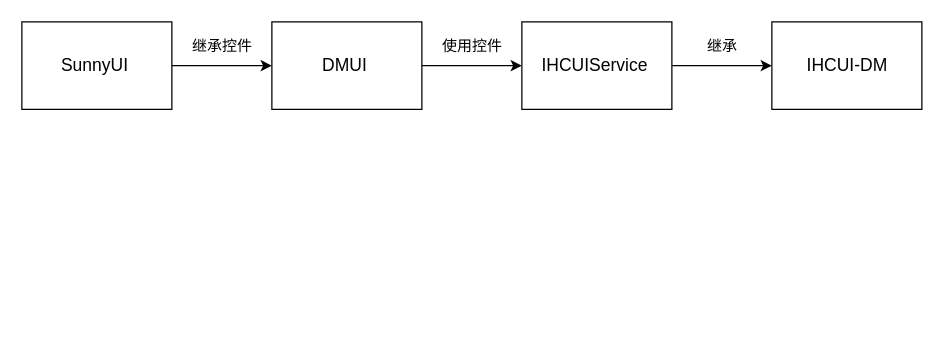
Above: 组化软件新UI架构图.drawio in GreAmbWang/draw.io (draw.io), before the change. Source tidied: cells renumbered, new cells numbered last; positions are measured from the earlier drawing's top-left corner, leaving out a move shared by most shapes. Both pictures are drawn from the tidied source at 125%, with x=0, y=0 at pixel (21, 21).
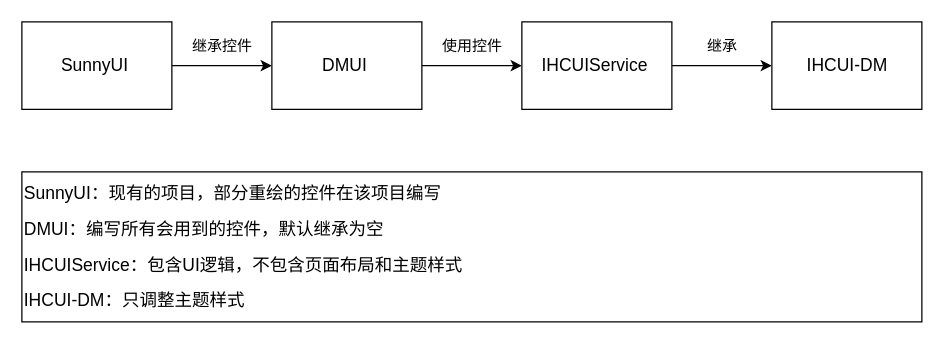
After the change.

Commit message:
Added 组化软件新UI架构图.drawio

What changed in the source:
```diff
@@
 <mxGraphModel>
   <root>
     <mxCell id="0" />
     <mxCell id="1" parent="0" />
     <mxCell id="2" style="edgeStyle=orthogonalEdgeStyle;rounded=0;jettySize=auto;html=1;entryX=0;entryY=0.5;entryDx=0;entryDy=0;" parent="1" edge="1" source="3" target="5">
       <mxGeometry relative="1" as="geometry" />
     </mxCell>
     <mxCell id="3" value="&lt;p class=&quot;MsoNormal&quot;&gt;&lt;span style=&quot;font-family: &amp;#34;calibri&amp;#34; ; font-size: 10.5000pt&quot;&gt;SunnyUI&amp;nbsp;&lt;/span&gt;&lt;/p&gt;" style="html=1;" parent="1" vertex="1">
       <mxGeometry width="120" height="70" as="geometry" />
     </mxCell>
     <mxCell id="4" style="edgeStyle=orthogonalEdgeStyle;rounded=0;jettySize=auto;html=1;exitX=1;exitY=0.5;exitDx=0;exitDy=0;entryX=0;entryY=0.5;entryDx=0;entryDy=0;" parent="1" edge="1" source="5" target="7">
       <mxGeometry relative="1" as="geometry" />
     </mxCell>
     <mxCell id="5" value="&lt;p class=&quot;MsoNormal&quot;&gt;&lt;span style=&quot;font-family: &amp;#34;calibri&amp;#34; ; font-size: 10.5000pt&quot;&gt;DMUI&amp;nbsp;&lt;/span&gt;&lt;/p&gt;" style="html=1;" parent="1" vertex="1">
       <mxGeometry x="200" width="120" height="70" as="geometry" />
     </mxCell>
     <mxCell id="6" style="edgeStyle=orthogonalEdgeStyle;rounded=0;jettySize=auto;html=1;entryX=0;entryY=0.5;entryDx=0;entryDy=0;" parent="1" edge="1" source="7" target="8">
       <mxGeometry relative="1" as="geometry" />
     </mxCell>
     <mxCell id="7" value="&lt;p class=&quot;MsoNormal&quot;&gt;&lt;span style=&quot;font-size: 10.5000pt&quot;&gt;IHCUIService&lt;/span&gt;&lt;span style=&quot;font-family: &amp;#34;calibri&amp;#34; ; font-size: 10.5000pt&quot;&gt;&amp;nbsp;&lt;/span&gt;&lt;/p&gt;" style="html=1;" parent="1" vertex="1">
       <mxGeometry x="400" width="120" height="70" as="geometry" />
     </mxCell>
     <mxCell id="8" value="&lt;p class=&quot;MsoNormal&quot;&gt;&lt;span style=&quot;font-family: &amp;#34;calibri&amp;#34; ; font-size: 10.5000pt&quot;&gt;IHCUI-DM&lt;/span&gt;&lt;/p&gt;" style="html=1;" parent="1" vertex="1">
       <mxGeometry x="600" width="120" height="70" as="geometry" />
     </mxCell>
     <mxCell id="9" value="继承控件" style="text;html=1;align=center;verticalAlign=middle;" parent="1" vertex="1">
       <mxGeometry x="130" y="10" width="60" height="20" as="geometry" />
     </mxCell>
     <mxCell id="10" value="使用控件" style="text;html=1;align=center;verticalAlign=middle;" parent="1" vertex="1">
       <mxGeometry x="330" y="10" width="60" height="20" as="geometry" />
     </mxCell>
     <mxCell id="11" value="继承" style="text;html=1;align=center;verticalAlign=middle;" parent="1" vertex="1">
       <mxGeometry x="540" y="10" width="40" height="20" as="geometry" />
     </mxCell>
+    <mxCell id="12" value="&lt;p class=&quot;MsoNormal&quot; align=&quot;justify&quot; style=&quot;text-align: justify&quot;&gt;&lt;span style=&quot;font-family: &amp;#34;calibri&amp;#34; ; font-size: 10.5000pt&quot;&gt;SunnyUI&lt;/span&gt;&lt;span style=&quot;font-size: 10.5000pt&quot;&gt;&lt;font face=&quot;宋体&quot;&gt;：现有的项目，部分重绘的控件在该项目编写&lt;/font&gt;&lt;/span&gt;&lt;span style=&quot;font-size: 10.5000pt&quot;&gt;&lt;/span&gt;&lt;/p&gt;&lt;p class=&quot;MsoNormal&quot; align=&quot;justify&quot; style=&quot;text-align: justify&quot;&gt;&lt;span style=&quot;font-size: 10.5000pt&quot;&gt;DMUI&lt;font face=&quot;宋体&quot;&gt;：编写所有会用到的控件，默认继承为空&lt;/font&gt;&lt;/span&gt;&lt;span style=&quot;font-size: 10.5000pt&quot;&gt;&lt;/span&gt;&lt;/p&gt;&lt;p class=&quot;MsoNormal&quot; align=&quot;justify&quot; style=&quot;text-align: justify&quot;&gt;&lt;span style=&quot;font-size: 10.5000pt&quot;&gt;IHCUIService&lt;font face=&quot;宋体&quot;&gt;：包含&lt;/font&gt;&lt;font face=&quot;Calibri&quot;&gt;UI&lt;/font&gt;&lt;font face=&quot;宋体&quot;&gt;逻辑，不包含页面布局和主题样式&lt;/font&gt;&lt;/span&gt;&lt;span style=&quot;font-size: 10.5000pt&quot;&gt;&lt;/span&gt;&lt;/p&gt;&lt;p class=&quot;MsoNormal&quot; align=&quot;justify&quot; style=&quot;text-align: justify&quot;&gt;&lt;span style=&quot;font-size: 10.5000pt&quot;&gt;IHCUI-DM&lt;font face=&quot;宋体&quot;&gt;：只调整主题样式&lt;/font&gt;&lt;/span&gt;&lt;span style=&quot;font-family: &amp;#34;calibri&amp;#34; ; font-size: 10.5000pt&quot;&gt;&lt;/span&gt;&lt;/p&gt;" style="rounded=0;whiteSpace=wrap;html=1;align=left;" parent="1" vertex="1">
+      <mxGeometry y="120" width="720" height="120" as="geometry" />
+    </mxCell>
   </root>
 </mxGraphModel>
```
